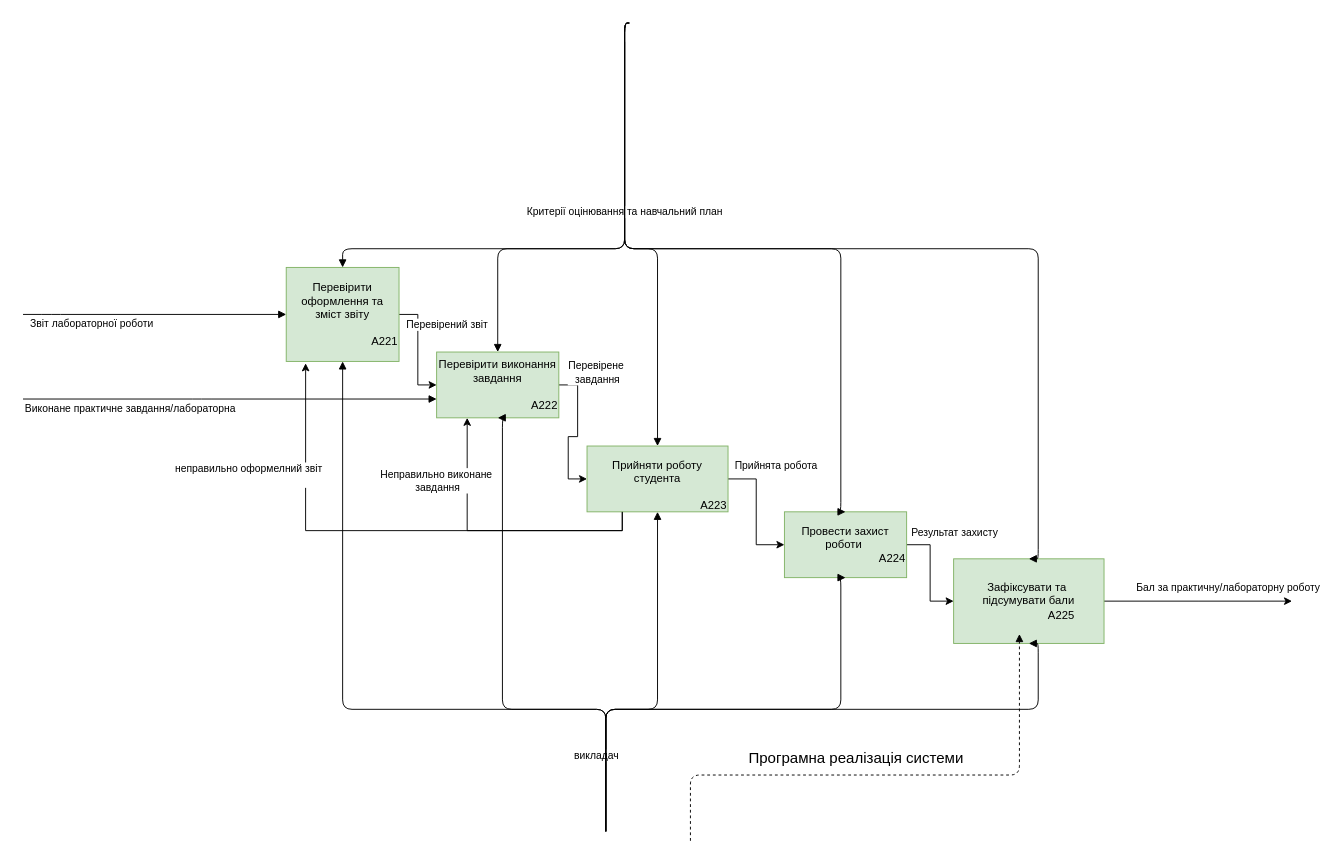
This is page "A22 Деталізація оцінювання лабораторних робіт" (5 of 8) of Lab1.drawio from MikeSydo/Development-and-Design-of-Information-Systems, a draw.io file, before an edit. Source tidied: cells renumbered, new cells numbered last; positions are measured from the earlier drawing's top-left corner, leaving out a move shared by most shapes. Both pictures are drawn from the tidied source at 94%, with x=0, y=0 at pixel (23, 23).
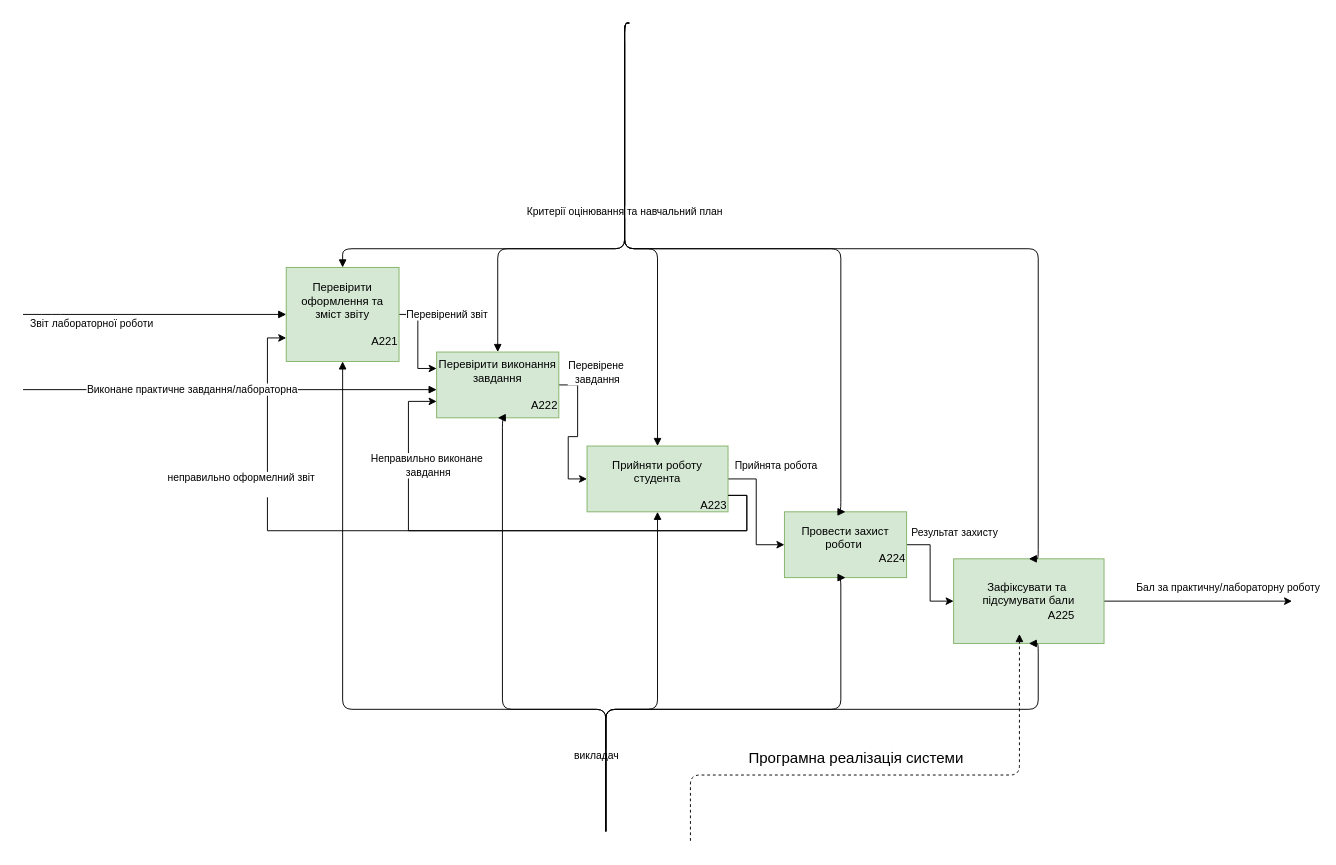
Above is the later version.

The change refers to these unchanged cells:
```xml
<mxCell id="6" value="&lt;div&gt;&lt;br&gt;&lt;/div&gt;&lt;div&gt;Прийняти роботу студента&lt;/div&gt;&lt;div&gt;&lt;br&gt;&lt;/div&gt;&lt;div align=&quot;right&quot;&gt;А223&lt;/div&gt;" style="whiteSpace=wrap;html=1;fillColor=#d5e8d4;strokeColor=#82b366;" parent="1" vertex="1">
  <mxGeometry x="600" y="450" width="150" height="70" as="geometry" />
</mxCell>
<mxCell id="9" value="&lt;div&gt;Перевірити виконання завдання&lt;/div&gt;&lt;div&gt;&lt;br&gt;&lt;/div&gt;&lt;div align=&quot;right&quot;&gt;А222&lt;/div&gt;" style="whiteSpace=wrap;html=1;fillColor=#d5e8d4;strokeColor=#82b366;" parent="1" vertex="1">
  <mxGeometry x="440" y="350" width="130" height="70" as="geometry" />
</mxCell>
<mxCell id="12" value="&lt;div&gt;Перевірити оформлення та зміст звіту&lt;/div&gt;&lt;div&gt;&lt;br&gt;&lt;/div&gt;&lt;div align=&quot;right&quot;&gt;А221&lt;/div&gt;" style="whiteSpace=wrap;html=1;fillColor=#d5e8d4;strokeColor=#82b366;" parent="1" vertex="1">
  <mxGeometry x="280" y="260" width="120" height="100" as="geometry" />
</mxCell>
```

The edit, as a diff of the source:
```diff
@@
-    <mxCell id="4" style="edgeStyle=orthogonalEdgeStyle;rounded=0;jettySize=auto;html=1;exitX=0.25;exitY=1;exitDx=0;exitDy=0;entryX=0.25;entryY=1;entryDx=0;entryDy=0;" parent="1" edge="1" source="6" target="9">
-      <mxGeometry relative="1" as="geometry" />
+    <mxCell id="4" style="edgeStyle=orthogonalEdgeStyle;rounded=0;jettySize=auto;html=1;exitX=1;exitY=0.75;exitDx=0;exitDy=0;entryX=0;entryY=0.75;entryDx=0;entryDy=0;" parent="1" edge="1" source="6" target="9">
+      <mxGeometry relative="1" as="geometry">
+        <Array as="points">
+          <mxPoint x="770" y="502.5" />
+          <mxPoint x="770" y="540.1" />
+          <mxPoint x="410" y="540.1" />
+          <mxPoint x="410" y="402.5" />
+        </Array>
+      </mxGeometry>
     </mxCell>
     <mxCell id="5" value="&lt;div&gt;Неправильно виконане&amp;nbsp;&lt;/div&gt;&lt;div&gt;завдання&lt;/div&gt;" style="edgeLabel;html=1;align=center;verticalAlign=middle;" parent="4" vertex="1">
       <mxGeometry x="0.57" y="4" relative="1" as="geometry">
-        <mxPoint x="-28" as="offset" />
+        <mxPoint x="24" y="-28" as="offset" />
       </mxGeometry>
     </mxCell>
@@
-    <mxCell id="10" style="edgeStyle=orthogonalEdgeStyle;rounded=0;jettySize=auto;html=1;exitX=1;exitY=0.5;exitDx=0;exitDy=0;" parent="1" edge="1" source="12" target="9">
+    <mxCell id="10" style="edgeStyle=orthogonalEdgeStyle;rounded=0;jettySize=auto;html=1;exitX=1;exitY=0.5;exitDx=0;exitDy=0;entryX=0;entryY=0.25;entryDx=0;entryDy=0;" parent="1" edge="1" source="12" target="9">
       <mxGeometry relative="1" as="geometry" />
     </mxCell>
@@
-    <mxCell id="30" style="edgeStyle=orthogonalEdgeStyle;rounded=0;jettySize=auto;html=1;exitX=0.25;exitY=1;exitDx=0;exitDy=0;entryX=0.172;entryY=1.02;entryDx=0;entryDy=0;entryPerimeter=0;" parent="1" edge="1" source="6" target="12">
-      <mxGeometry relative="1" as="geometry" />
+    <mxCell id="30" style="edgeStyle=orthogonalEdgeStyle;rounded=0;jettySize=auto;html=1;exitX=1;exitY=0.75;exitDx=0;exitDy=0;entryX=0;entryY=0.75;entryDx=0;entryDy=0;" parent="1" edge="1" source="6" target="12">
+      <mxGeometry relative="1" as="geometry">
+        <Array as="points">
+          <mxPoint x="770" y="502.5" />
+          <mxPoint x="770" y="540.1" />
+          <mxPoint x="260" y="540.1" />
+          <mxPoint x="260" y="335" />
+        </Array>
+      </mxGeometry>
     </mxCell>
     <mxCell id="31" value="&lt;div&gt;неправильно оформелний звіт&lt;/div&gt;&lt;div&gt;&lt;br&gt;&lt;/div&gt;" style="edgeLabel;html=1;align=center;verticalAlign=middle;" parent="30" vertex="1">
       <mxGeometry x="-0.04" y="-2" relative="1" as="geometry">
-        <mxPoint x="-161" y="-58" as="offset" />
+        <mxPoint x="-216" y="-48" as="offset" />
       </mxGeometry>
     </mxCell>
     <mxCell id="32" value="Виконане практичне завдання/лабораторна" style="edgeStyle=orthogonalEdgeStyle;endArrow=block;html=1;entryX=0;entryY=0.5;entryDx=0;entryDy=0;" parent="1" edge="1">
-      <mxGeometry x="-0.48" y="-10" relative="1" as="geometry">
-        <mxPoint y="400" as="sourcePoint" />
-        <mxPoint x="440" y="400" as="targetPoint" />
+      <mxGeometry x="-0.18" relative="1" as="geometry">
+        <mxPoint y="390" as="sourcePoint" />
+        <mxPoint x="440" y="390" as="targetPoint" />
         <Array as="points">
-          <mxPoint x="190" y="400" />
+          <mxPoint x="190" y="390" />
         </Array>
       </mxGeometry>
     </mxCell>
```
